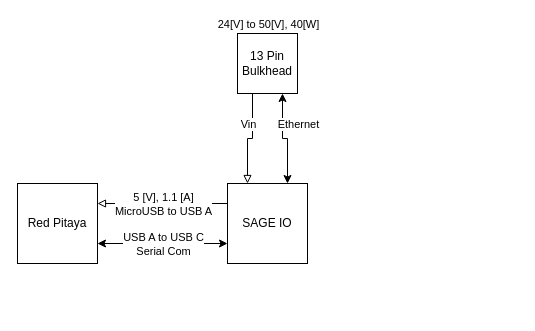
The draw.io diagram electrical/SAGE_Diagram.drawio in williamapardis/SAGE, before the edit. Source tidied: cells renumbered, new cells numbered last; positions are measured from the earlier drawing's top-left corner, leaving out a move shared by most shapes. Both pictures are drawn from the tidied source at 100%, with x=0, y=0 at pixel (17, 33).
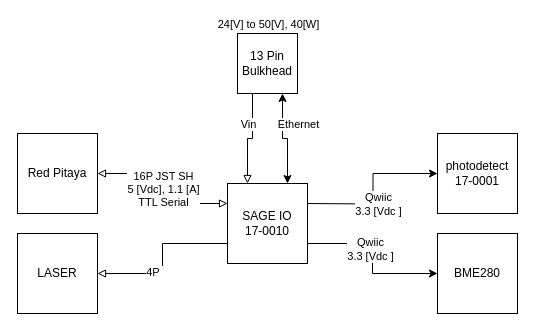
The same diagram, later.

Change to the diagram source:
```diff
@@
     <mxCell id="2" value="Red Pitaya" style="whiteSpace=wrap;html=1;" parent="1" vertex="1">
-      <mxGeometry y="150" width="80" height="80" as="geometry" />
+      <mxGeometry y="100" width="80" height="80" as="geometry" />
     </mxCell>
-    <mxCell id="3" style="edgeStyle=orthogonalEdgeStyle;rounded=0;jettySize=auto;html=1;exitX=0;exitY=0.25;exitDx=0;exitDy=0;entryX=1;entryY=0.25;entryDx=0;entryDy=0;startArrow=none;startFill=0;endArrow=block;endFill=0;" parent="1" edge="1" source="7" target="2">
+    <mxCell id="3" style="edgeStyle=orthogonalEdgeStyle;rounded=0;jettySize=auto;html=1;exitX=0;exitY=0.25;exitDx=0;exitDy=0;entryX=1;entryY=0.5;entryDx=0;entryDy=0;startArrow=block;startFill=0;endArrow=block;endFill=0;" parent="1" edge="1" source="7" target="2">
       <mxGeometry relative="1" as="geometry" />
     </mxCell>
-    <mxCell id="4" value="5 [V], 1.1 [A]&lt;br&gt;MicroUSB to USB A" style="edgeLabel;html=1;align=center;verticalAlign=middle;" parent="3" vertex="1">
+    <mxCell id="4" value="16P JST SH&lt;br style=&quot;border-color: var(--border-color);&quot;&gt;5 [Vdc], 1.1 [A]&lt;br&gt;TTL Serial" style="edgeLabel;html=1;align=center;verticalAlign=middle;" parent="3" vertex="1">
       <mxGeometry relative="1" as="geometry" />
     </mxCell>
-    <mxCell id="5" style="edgeStyle=orthogonalEdgeStyle;rounded=0;jettySize=auto;html=1;exitX=0;exitY=0.75;exitDx=0;exitDy=0;entryX=1;entryY=0.75;entryDx=0;entryDy=0;startArrow=classic;startFill=1;endArrow=classic;endFill=1;" parent="1" edge="1" source="7" target="2">
-      <mxGeometry relative="1" as="geometry">
-        <Array as="points">
-          <mxPoint x="150" y="210" />
-          <mxPoint x="150" y="210" />
-        </Array>
-      </mxGeometry>
-    </mxCell>
-    <mxCell id="6" value="USB A to USB C&lt;br&gt;Serial Com" style="edgeLabel;html=1;align=center;verticalAlign=middle;" parent="5" vertex="1">
-      <mxGeometry relative="1" as="geometry" />
-    </mxCell>
+    <mxCell id="14" style="edgeStyle=orthogonalEdgeStyle;rounded=0;jettySize=auto;html=1;exitX=1;exitY=0.5;exitDx=0;exitDy=0;entryX=0;entryY=0.5;entryDx=0;entryDy=0;" parent="1" edge="1" target="20">
+      <mxGeometry relative="1" as="geometry">
+        <mxPoint x="290" y="170" as="sourcePoint" />
+      </mxGeometry>
+    </mxCell>
+    <mxCell id="15" value="Qwiic&lt;br&gt;3.3 [Vdc ]" style="edgeLabel;html=1;align=center;verticalAlign=middle;" parent="14" vertex="1">
+      <mxGeometry x="-0.28" relative="1" as="geometry">
+        <mxPoint x="13" as="offset" />
+      </mxGeometry>
+    </mxCell>
+    <mxCell id="16" style="edgeStyle=orthogonalEdgeStyle;rounded=0;jettySize=auto;html=1;exitX=1;exitY=0.75;exitDx=0;exitDy=0;entryX=0;entryY=0.5;entryDx=0;entryDy=0;" parent="1" edge="1" source="7" target="21">
+      <mxGeometry relative="1" as="geometry" />
+    </mxCell>
+    <mxCell id="17" value="Qwiic&lt;br style=&quot;border-color: var(--border-color);&quot;&gt;3.3 [Vdc ]" style="edgeLabel;html=1;align=center;verticalAlign=middle;" parent="16" vertex="1">
+      <mxGeometry x="-0.12" y="-3" relative="1" as="geometry" />
+    </mxCell>
+    <mxCell id="18" style="edgeStyle=orthogonalEdgeStyle;rounded=0;jettySize=auto;html=1;exitX=0;exitY=0.75;exitDx=0;exitDy=0;endArrow=block;endFill=0;" parent="1" edge="1" source="7" target="22">
+      <mxGeometry relative="1" as="geometry" />
+    </mxCell>
+    <mxCell id="19" value="4P&amp;nbsp;" style="edgeLabel;html=1;align=center;verticalAlign=middle;" parent="18" vertex="1">
+      <mxGeometry x="0.3" y="-2" relative="1" as="geometry" />
+    </mxCell>
-    <mxCell id="7" value="SAGE IO" style="whiteSpace=wrap;html=1;" parent="1" vertex="1">
+    <mxCell id="7" value="SAGE IO&lt;br&gt;17-0010" style="whiteSpace=wrap;html=1;" parent="1" vertex="1">
       <mxGeometry x="210" y="150" width="80" height="80" as="geometry" />
     </mxCell>
@@
+    <mxCell id="20" value="photodetect&lt;br&gt;17-0001" style="whiteSpace=wrap;html=1;" parent="1" vertex="1">
+      <mxGeometry x="420" y="100" width="80" height="80" as="geometry" />
+    </mxCell>
+    <mxCell id="21" value="BME280" style="whiteSpace=wrap;html=1;" parent="1" vertex="1">
+      <mxGeometry x="420" y="200" width="80" height="80" as="geometry" />
+    </mxCell>
+    <mxCell id="22" value="LASER" style="whiteSpace=wrap;html=1;" parent="1" vertex="1">
+      <mxGeometry y="200" width="80" height="80" as="geometry" />
+    </mxCell>
```
